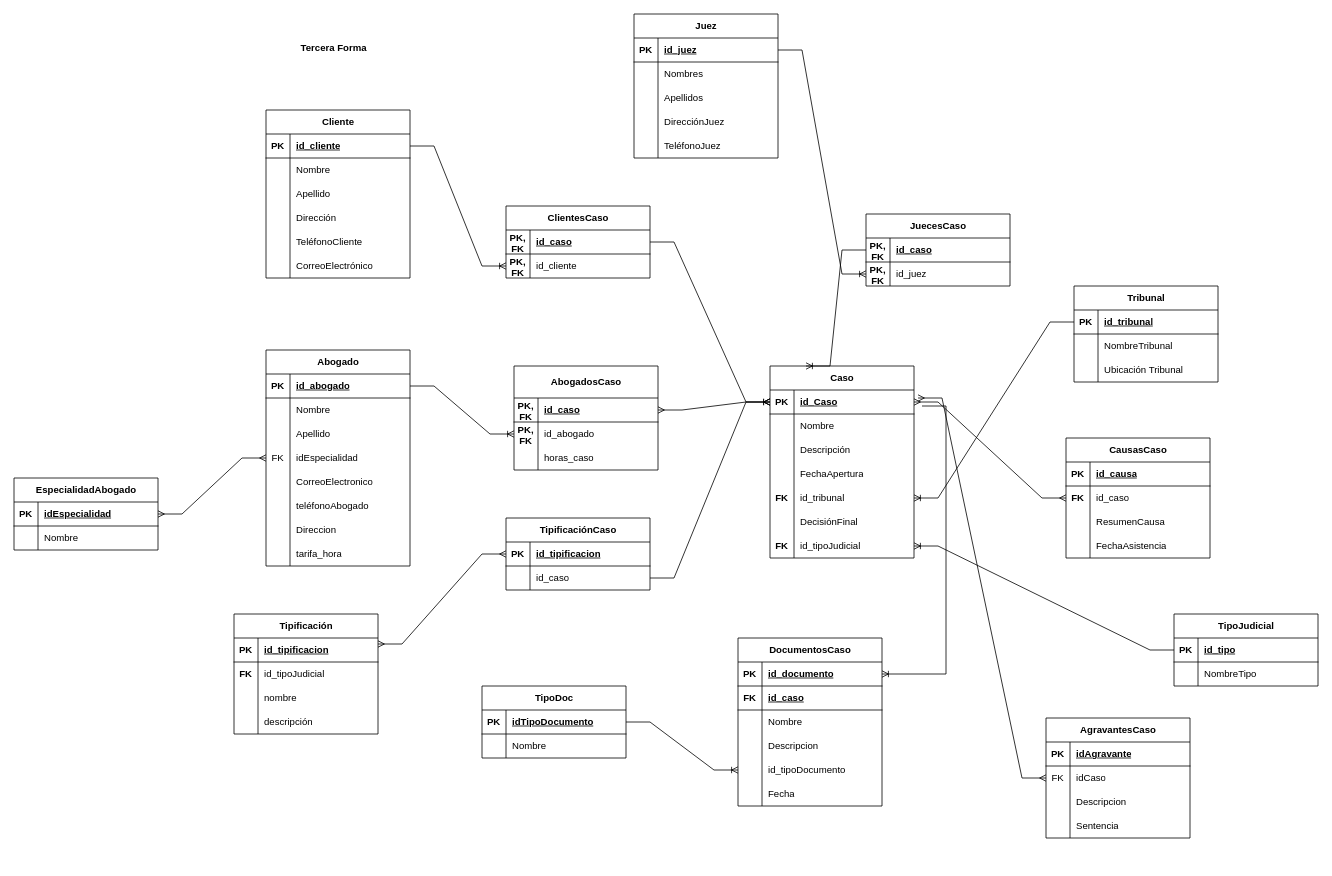
winston142O/Diagrams keeps this draw.io diagram as CasoNormalizacionBufeteAbogados3FN.drawio. Above is the earlier version. Source tidied: cells renumbered, new cells numbered last; positions are measured from the earlier drawing's top-left corner, leaving out a move shared by most shapes. Both pictures are drawn from the tidied source at 80%, with x=0, y=0 at pixel (14, 14).
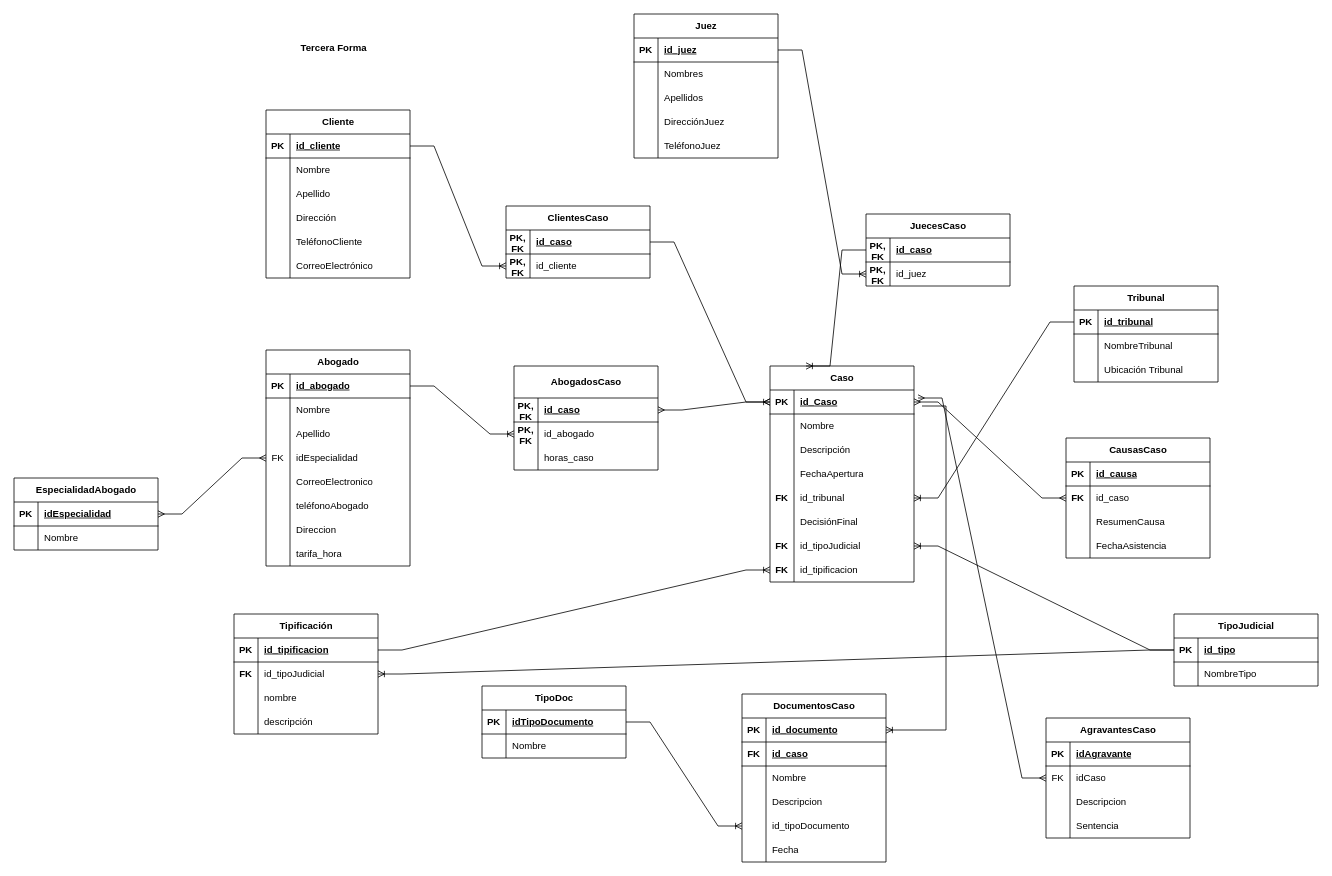
After the change.

The change refers to these unchanged cells:
```xml
<mxCell id="58" style="shape=tableRow;horizontal=0;startSize=0;swimlaneHead=0;swimlaneBody=0;fillColor=none;points=[[0,0.5],[1,0.5]];portConstraint=eastwest;top=0;left=0;right=0;bottom=1;" parent="57" vertex="1">
  <mxGeometry y="30" width="180" height="30" as="geometry" />
</mxCell>
<mxCell id="133" style="shape=tableRow;horizontal=0;startSize=0;swimlaneHead=0;swimlaneBody=0;fillColor=none;points=[[0,0.5],[1,0.5]];portConstraint=eastwest;top=0;left=0;right=0;bottom=1;" parent="132" vertex="1">
  <mxGeometry y="30" width="180" height="30" as="geometry" />
</mxCell>
<mxCell id="139" value="Tipificación" style="shape=table;startSize=30;childLayout=tableLayout;rowLines=0;fontStyle=1;align=center;html=1;" parent="1" vertex="1">
  <mxGeometry x="275" y="750" width="180" height="150" as="geometry" />
</mxCell>
<mxCell id="140" style="shape=tableRow;horizontal=0;startSize=0;swimlaneHead=0;swimlaneBody=0;fillColor=none;points=[[0,0.5],[1,0.5]];portConstraint=eastwest;top=0;left=0;right=0;bottom=1;" parent="139" vertex="1">
  <mxGeometry y="30" width="180" height="30" as="geometry" />
</mxCell>
<mxCell id="143" style="shape=tableRow;horizontal=0;startSize=0;swimlaneHead=0;swimlaneBody=0;fillColor=none;points=[[0,0.5],[1,0.5]];portConstraint=eastwest;top=0;left=0;right=0;bottom=0;" parent="139" vertex="1">
  <mxGeometry y="60" width="180" height="30" as="geometry" />
</mxCell>
```

The edit, as a diff of the source:
```diff
@@
     <mxCell id="57" value="Caso" style="shape=table;startSize=30;childLayout=tableLayout;rowLines=0;fontStyle=1;align=center;html=1;" parent="1" vertex="1">
-      <mxGeometry x="945" y="440" width="180" height="240" as="geometry" />
+      <mxGeometry x="945" y="440" width="180" height="270" as="geometry" />
     </mxCell>
@@
+    <mxCell id="220" style="shape=tableRow;horizontal=0;startSize=0;swimlaneHead=0;swimlaneBody=0;fillColor=none;points=[[0,0.5],[1,0.5]];portConstraint=eastwest;top=0;left=0;right=0;bottom=0;" parent="57" vertex="1">
+      <mxGeometry y="240" width="180" height="30" as="geometry" />
+    </mxCell>
+    <mxCell id="221" value="&lt;b&gt;FK&lt;/b&gt;" style="shape=partialRectangle;fillColor=none;top=0;left=0;bottom=0;right=0;overflow=hidden;whiteSpace=wrap;html=1;" parent="220" vertex="1">
+      <mxGeometry width="30" height="30" as="geometry" />
+    </mxCell>
+    <mxCell id="192" value="id_tipificacion" style="shape=partialRectangle;fillColor=none;top=0;left=0;bottom=0;right=0;align=left;spacingLeft=6;overflow=hidden;whiteSpace=wrap;html=1;" parent="220" vertex="1">
+      <mxGeometry x="30" width="150" height="30" as="geometry" />
+    </mxCell>
@@
     <mxCell id="161" value="DocumentosCaso" style="shape=table;startSize=30;childLayout=tableLayout;rowLines=0;fontStyle=1;align=center;html=1;" parent="1" vertex="1">
-      <mxGeometry x="905" y="780" width="180" height="210" as="geometry" />
+      <mxGeometry x="910" y="850" width="180" height="210" as="geometry" />
     </mxCell>
@@
-    <mxCell id="189" value="TipificaciónCaso" style="shape=table;startSize=30;childLayout=tableLayout;rowLines=0;fontStyle=1;align=center;html=1;" parent="1" vertex="1">
-      <mxGeometry x="615" y="630" width="180" height="90" as="geometry" />
-    </mxCell>
-    <mxCell id="190" style="shape=tableRow;horizontal=0;startSize=0;swimlaneHead=0;swimlaneBody=0;fillColor=none;points=[[0,0.5],[1,0.5]];portConstraint=eastwest;top=0;left=0;right=0;bottom=1;" parent="189" vertex="1">
-      <mxGeometry y="30" width="180" height="30" as="geometry" />
-    </mxCell>
-    <mxCell id="191" value="PK" style="shape=partialRectangle;fillColor=none;top=0;left=0;bottom=0;right=0;fontStyle=1;overflow=hidden;whiteSpace=wrap;html=1;" parent="190" vertex="1">
-      <mxGeometry width="30" height="30" as="geometry" />
-    </mxCell>
-    <mxCell id="192" value="id_tipificacion" style="shape=partialRectangle;fillColor=none;top=0;left=0;bottom=0;right=0;align=left;spacingLeft=6;fontStyle=5;overflow=hidden;whiteSpace=wrap;html=1;" parent="190" vertex="1">
-      <mxGeometry x="30" width="150" height="30" as="geometry" />
-    </mxCell>
-    <mxCell id="193" style="shape=tableRow;horizontal=0;startSize=0;swimlaneHead=0;swimlaneBody=0;fillColor=none;points=[[0,0.5],[1,0.5]];portConstraint=eastwest;top=0;left=0;right=0;bottom=0;" parent="189" vertex="1">
-      <mxGeometry y="60" width="180" height="30" as="geometry" />
-    </mxCell>
-    <mxCell id="194" style="shape=partialRectangle;fillColor=none;top=0;left=0;bottom=0;right=0;overflow=hidden;whiteSpace=wrap;html=1;" parent="193" vertex="1">
-      <mxGeometry width="30" height="30" as="geometry" />
-    </mxCell>
-    <mxCell id="195" value="id_caso" style="shape=partialRectangle;fillColor=none;top=0;left=0;bottom=0;right=0;align=left;spacingLeft=6;overflow=hidden;whiteSpace=wrap;html=1;" parent="193" vertex="1">
-      <mxGeometry x="30" width="150" height="30" as="geometry" />
-    </mxCell>
-    <mxCell id="196" style="edgeStyle=entityRelationEdgeStyle;fontSize=12;html=1;endArrow=ERoneToMany;rounded=0;entryX=0;entryY=0.5;entryDx=0;entryDy=0;exitX=1;exitY=0.5;exitDx=0;exitDy=0;" parent="1" edge="1" source="193" target="58">
-      <mxGeometry relative="1" as="geometry" />
-    </mxCell>
-    <mxCell id="197" style="edgeStyle=entityRelationEdgeStyle;fontSize=12;html=1;endArrow=ERmany;startArrow=ERmany;rounded=0;exitX=1;exitY=0.25;exitDx=0;exitDy=0;entryX=0;entryY=0.5;entryDx=0;entryDy=0;" parent="1" edge="1" source="139" target="190">
-      <mxGeometry relative="1" as="geometry" />
-    </mxCell>
@@
+    <mxCell id="222" style="edgeStyle=entityRelationEdgeStyle;fontSize=12;html=1;endArrow=ERoneToMany;rounded=0;entryX=0;entryY=0.5;entryDx=0;entryDy=0;" parent="1" edge="1" source="140" target="220">
+      <mxGeometry relative="1" as="geometry" />
+    </mxCell>
+    <mxCell id="223" style="edgeStyle=entityRelationEdgeStyle;fontSize=12;html=1;endArrow=ERoneToMany;rounded=0;entryX=1;entryY=0.5;entryDx=0;entryDy=0;exitX=0;exitY=0.5;exitDx=0;exitDy=0;" parent="1" edge="1" source="133" target="143">
+      <mxGeometry relative="1" as="geometry" />
+    </mxCell>
```
